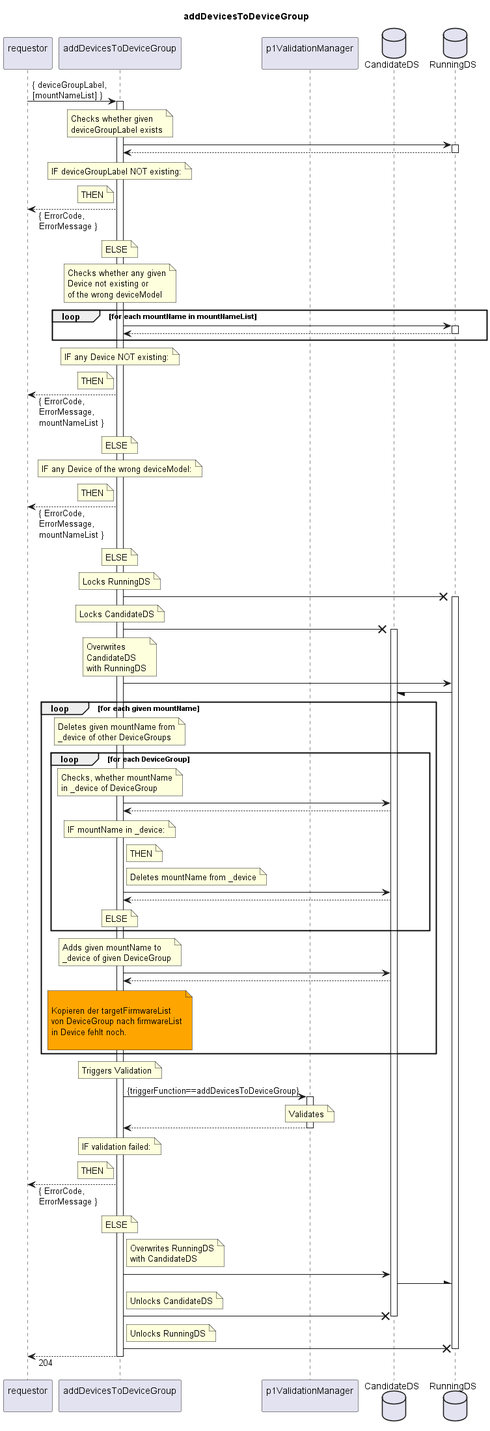
The PlantUML diagram spec/Services/addDevicesToDeviceGroup/1.0.0/addDevicesToDeviceGroup.png in openBackhaul/FirmWareManager, before a commit.
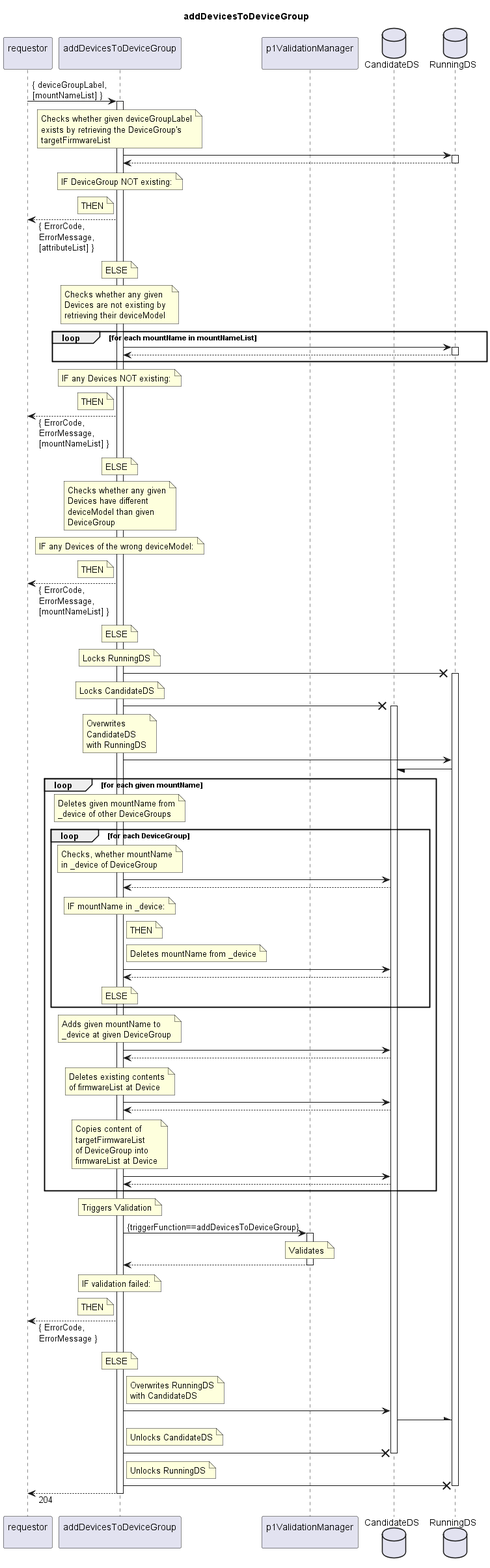
The same diagram one commit later.

Diff of the diagram source:
```diff
@@ -15,28 +15,29 @@
 activate addDevice
 
   note over addDevice
-    Checks whether given
-    deviceGroupLabel exists
+    Checks whether given deviceGroupLabel
+    exists by retrieving the DeviceGroup's
+    targetFirmwareList
   end note
   addDevice -> RunDS
   activate RunDS
   addDevice <-- RunDS
   deactivate RunDS
   note over addDevice
-    IF deviceGroupLabel NOT existing:
+    IF DeviceGroup NOT existing:
   end note
   note left addDevice
     THEN
   end note
-  requestor <-- addDevice: { ErrorCode,\nErrorMessage }
+  requestor <-- addDevice: { ErrorCode,\nErrorMessage,\n[attributeList] }
   note over addDevice
     ELSE
   end note
 
   note over addDevice
     Checks whether any given
-    Device not existing or
-    of the wrong deviceModel
+    Devices are not existing by
+    retrieving their deviceModel
   end note
   loop for each mountName in mountNameList
     addDevice -> RunDS
@@ -45,22 +46,29 @@
     deactivate RunDS
   end loop
   note over addDevice
-    IF any Device NOT existing:
+    IF any Devices NOT existing:
   end note
   note left addDevice
     THEN
   end note
-  requestor <-- addDevice: { ErrorCode,\nErrorMessage,\nmountNameList }
+  requestor <-- addDevice: { ErrorCode,\nErrorMessage,\n[mountNameList] }
   note over addDevice
     ELSE
   end note
+
   note over addDevice
-    IF any Device of the wrong deviceModel:
+    Checks whether any given
+    Devices have different
+    deviceModel than given
+    DeviceGroup
+  end note
+  note over addDevice
+    IF any Devices of the wrong deviceModel:
   end note
   note left addDevice
     THEN
   end note
-  requestor <-- addDevice: { ErrorCode,\nErrorMessage,\nmountNameList }
+  requestor <-- addDevice: { ErrorCode,\nErrorMessage,\n[mountNameList] }
   note over addDevice
     ELSE
   end note
@@ -113,19 +121,26 @@
 
     note over addDevice
       Adds given mountName to
-      _device of given DeviceGroup
+      _device at given DeviceGroup
     end note
     addDevice -> CanDS
     addDevice <-- CanDS
 
-    note over addDevice #Orange
+    note over addDevice
+      Deletes existing contents
+      of firmwareList at Device
+    end note
+    addDevice -> CanDS
+    addDevice <-- CanDS
 
-      Kopieren der targetFirmwareList
-      von DeviceGroup nach firmwareList
-      in Device fehlt noch.
-
+    note over addDevice
+      Copies content of
+      targetFirmwareList
+      of DeviceGroup into
+      firmwareList at Device
     end note
-
+    addDevice -> CanDS
+    addDevice <-- CanDS
   end loop
 
   note over addDevice
```
